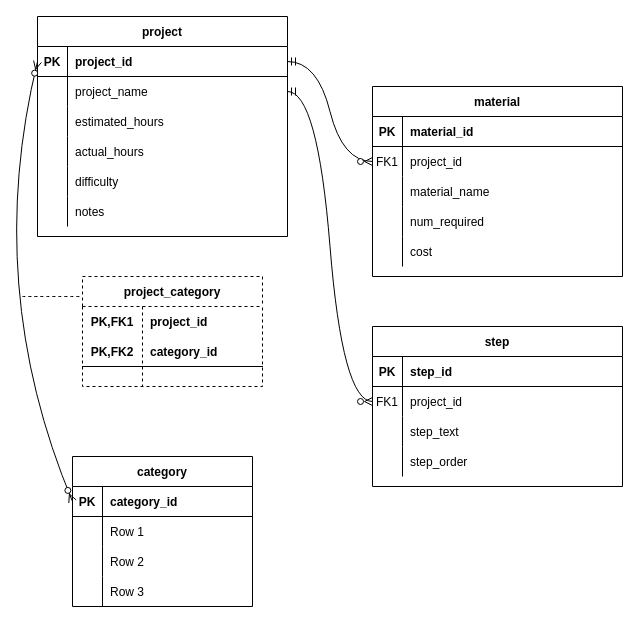
bdutremble/week7codingassigment keeps this draw.io diagram as projects.drawio. Above is the earlier version. Source tidied: cells renumbered, new cells numbered last; positions are measured from the earlier drawing's top-left corner, leaving out a move shared by most shapes. Both pictures are drawn from the tidied source at 100%, with x=0, y=0 at pixel (-18, 16).
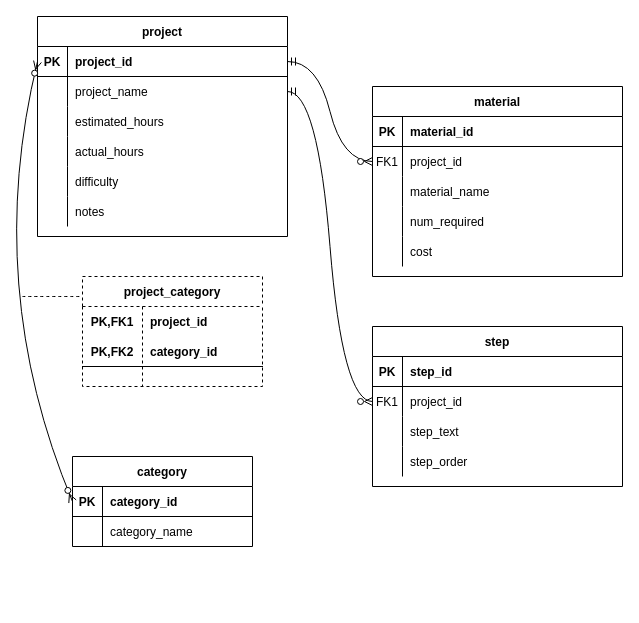
The same page after the edit.

The change refers to these unchanged cells:
```xml
<mxCell id="66" style="shape=tableRow;horizontal=0;startSize=0;swimlaneHead=0;swimlaneBody=0;fillColor=none;top=0;left=0;right=0;bottom=0;" parent="62" vertex="1">
  <mxGeometry y="60" width="180" height="30" as="geometry" />
</mxCell>
```

What changed in the source:
```diff
@@
     <mxCell id="62" value="category" style="shape=table;startSize=30;childLayout=tableLayout;rowLines=0;fontStyle=1;align=center;" parent="1" vertex="1">
-      <mxGeometry x="90" y="440" width="180" height="150" as="geometry" />
+      <mxGeometry x="90" y="440" width="180" height="90" as="geometry" />
     </mxCell>
@@
-    <mxCell id="68" value="Row 1" style="shape=partialRectangle;fillColor=none;top=0;left=0;bottom=0;right=0;align=left;spacingLeft=6;overflow=hidden;" parent="66" vertex="1">
+    <mxCell id="68" value="category_name" style="shape=partialRectangle;fillColor=none;top=0;left=0;bottom=0;right=0;align=left;spacingLeft=6;overflow=hidden;" parent="66" vertex="1">
       <mxGeometry x="30" width="150" height="30" as="geometry" />
     </mxCell>
-    <mxCell id="69" style="shape=tableRow;horizontal=0;startSize=0;swimlaneHead=0;swimlaneBody=0;fillColor=none;top=0;left=0;right=0;bottom=0;" parent="62" vertex="1">
-      <mxGeometry y="90" width="180" height="30" as="geometry" />
-    </mxCell>
-    <mxCell id="70" style="shape=partialRectangle;fillColor=none;top=0;left=0;bottom=0;right=0;overflow=hidden;" parent="69" vertex="1">
-      <mxGeometry width="30" height="30" as="geometry" />
-    </mxCell>
-    <mxCell id="71" value="Row 2" style="shape=partialRectangle;fillColor=none;top=0;left=0;bottom=0;right=0;align=left;spacingLeft=6;overflow=hidden;" parent="69" vertex="1">
-      <mxGeometry x="30" width="150" height="30" as="geometry" />
-    </mxCell>
-    <mxCell id="72" style="shape=tableRow;horizontal=0;startSize=0;swimlaneHead=0;swimlaneBody=0;fillColor=none;top=0;left=0;right=0;bottom=0;" parent="62" vertex="1">
-      <mxGeometry y="120" width="180" height="30" as="geometry" />
-    </mxCell>
-    <mxCell id="73" style="shape=partialRectangle;fillColor=none;top=0;left=0;bottom=0;right=0;overflow=hidden;" parent="72" vertex="1">
-      <mxGeometry width="30" height="30" as="geometry" />
-    </mxCell>
-    <mxCell id="74" value="Row 3" style="shape=partialRectangle;fillColor=none;top=0;left=0;bottom=0;right=0;align=left;spacingLeft=6;overflow=hidden;" parent="72" vertex="1">
-      <mxGeometry x="30" width="150" height="30" as="geometry" />
-    </mxCell>
```
